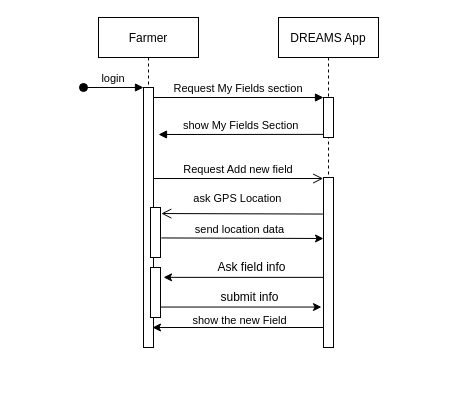
The draw.io diagram page "NewField" (3 of 3) of RasdDoc/Files/sequence_disgrams/FarmersSequenceDiagrams.drawio in gabrielemarra/DREAM-ProjectDesign, before the edit. Source tidied: cells renumbered, new cells numbered last; positions are measured from the earlier drawing's top-left corner, leaving out a move shared by most shapes. Both pictures are drawn from the tidied source at 100%, with x=0, y=0 at pixel (83, 17).
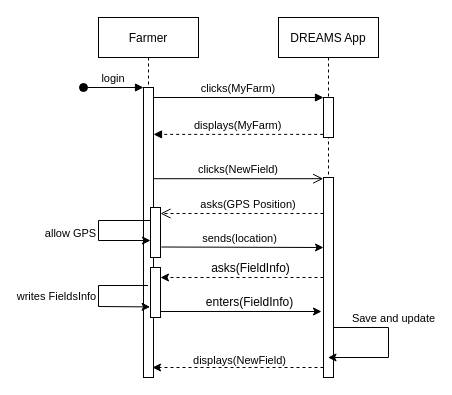
The same diagram, later.

Unchanged cells that the change refers to:
```xml
<mxCell id="5" style="points=[];perimeter=orthogonalPerimeter;rounded=0;shadow=0;strokeWidth=1;" parent="2" vertex="1">
  <mxGeometry x="52" y="190" width="10" height="50" as="geometry" />
</mxCell>
<mxCell id="6" style="points=[];perimeter=orthogonalPerimeter;rounded=0;shadow=0;strokeWidth=1;" parent="2" vertex="1">
  <mxGeometry x="52" y="250" width="10" height="50" as="geometry" />
</mxCell>
<mxCell id="8" style="points=[];perimeter=orthogonalPerimeter;rounded=0;shadow=0;strokeWidth=1;" parent="7" vertex="1">
  <mxGeometry x="45" y="80" width="10" height="40" as="geometry" />
</mxCell>
```

What changed in the source:
```diff
@@
     <mxCell id="2" value="Farmer" style="shape=umlLifeline;perimeter=lifelinePerimeter;rounded=0;shadow=0;strokeWidth=1;" parent="1" vertex="1">
-      <mxGeometry x="15" width="100" height="330" as="geometry" />
+      <mxGeometry x="15" width="100" height="360" as="geometry" />
     </mxCell>
     <mxCell id="3" style="points=[];perimeter=orthogonalPerimeter;rounded=0;shadow=0;strokeWidth=1;" parent="2" vertex="1">
-      <mxGeometry x="45" y="70" width="10" height="260" as="geometry" />
+      <mxGeometry x="45" y="70" width="10" height="290" as="geometry" />
     </mxCell>
@@
+    <mxCell id="22" style="edgeStyle=orthogonalEdgeStyle;rounded=0;orthogonalLoop=1;jettySize=auto;html=1;" parent="2" edge="1">
+      <mxGeometry relative="1" as="geometry">
+        <mxPoint x="52" y="203" as="sourcePoint" />
+        <mxPoint x="52" y="223" as="targetPoint" />
+        <Array as="points">
+          <mxPoint y="203" />
+          <mxPoint y="223" />
+        </Array>
+      </mxGeometry>
+    </mxCell>
+    <mxCell id="23" value="allow GPS " style="edgeLabel;html=1;align=center;verticalAlign=middle;" parent="22" vertex="1">
+      <mxGeometry x="-0.35" relative="1" as="geometry">
+        <mxPoint x="-41" y="12" as="offset" />
+      </mxGeometry>
+    </mxCell>
+    <mxCell id="24" style="endArrow=classic;html=1;rounded=0;exitX=-0.248;exitY=0.4;exitDx=0;exitDy=0;exitPerimeter=0;entryX=-0.041;entryY=0.828;entryDx=0;entryDy=0;entryPerimeter=0;" parent="2" edge="1">
+      <mxGeometry relative="1" as="geometry">
+        <mxPoint x="49.5" y="268" as="sourcePoint" />
+        <mxPoint x="51.6" y="289.4" as="targetPoint" />
+        <Array as="points">
+          <mxPoint y="268" />
+          <mxPoint y="289" />
+        </Array>
+      </mxGeometry>
+    </mxCell>
+    <mxCell id="25" value="writes FieldsInfo" style="edgeLabel;html=1;align=center;verticalAlign=middle;" parent="24" vertex="1">
+      <mxGeometry x="0.32" y="-1" relative="1" as="geometry">
+        <mxPoint x="-53" y="-12" as="offset" />
+      </mxGeometry>
+    </mxCell>
     <mxCell id="7" value="DREAMS App" style="shape=umlLifeline;perimeter=lifelinePerimeter;rounded=0;shadow=0;strokeWidth=1;" parent="1" vertex="1">
-      <mxGeometry x="195" width="100" height="330" as="geometry" />
+      <mxGeometry x="195" width="100" height="360" as="geometry" />
     </mxCell>
@@
     <mxCell id="9" style="points=[];perimeter=orthogonalPerimeter;rounded=0;shadow=0;strokeWidth=1;" parent="7" vertex="1">
-      <mxGeometry x="45" y="160" width="10" height="170" as="geometry" />
+      <mxGeometry x="45" y="160" width="10" height="200" as="geometry" />
     </mxCell>
+    <mxCell id="26" style="edgeStyle=orthogonalEdgeStyle;rounded=0;jettySize=auto;html=1;" parent="7" edge="1" source="9" target="7">
+      <mxGeometry relative="1" as="geometry">
+        <Array as="points">
+          <mxPoint x="110" y="310" />
+          <mxPoint x="110" y="340" />
+        </Array>
+      </mxGeometry>
+    </mxCell>
+    <mxCell id="27" value="&lt;div&gt;Save and update&lt;/div&gt;" style="edgeLabel;html=1;align=center;verticalAlign=middle;" parent="26" vertex="1">
+      <mxGeometry x="-0.54" relative="1" as="geometry">
+        <mxPoint x="26" y="-10" as="offset" />
+      </mxGeometry>
+    </mxCell>
+    <mxCell id="16" style="edgeStyle=none;rounded=0;orthogonalLoop=1;jettySize=auto;html=1;entryX=0.9;entryY=0.913;entryDx=0;entryDy=0;entryPerimeter=0;dashed=1;" parent="7" edge="1">
+      <mxGeometry relative="1" as="geometry">
+        <mxPoint x="45" y="350" as="sourcePoint" />
+        <mxPoint x="-126" y="350" as="targetPoint" />
+      </mxGeometry>
+    </mxCell>
+    <mxCell id="17" value="displays(NewField)" style="edgeLabel;html=1;align=center;verticalAlign=middle;" parent="16" vertex="1">
+      <mxGeometry x="0.06" relative="1" as="geometry">
+        <mxPoint x="6" y="-8" as="offset" />
+      </mxGeometry>
+    </mxCell>
-    <mxCell id="10" value="ask GPS Location" style="verticalAlign=bottom;endArrow=open;endSize=8;shadow=0;strokeWidth=1;entryX=1.078;entryY=0.121;entryDx=0;entryDy=0;entryPerimeter=0;exitX=-0.066;exitY=0.215;exitDx=0;exitDy=0;exitPerimeter=0;" parent="1" edge="1" source="9" target="5">
-      <mxGeometry x="0.05" y="-6" relative="1" as="geometry" />
+    <mxCell id="10" value="asks(GPS Position)" style="verticalAlign=bottom;endArrow=open;endSize=8;shadow=0;strokeWidth=1;dashed=1;" parent="1" edge="1">
+      <mxGeometry x="-0.08" relative="1" as="geometry">
+        <mxPoint x="240" y="196" as="sourcePoint" />
+        <mxPoint x="77" y="196" as="targetPoint" />
+      </mxGeometry>
     </mxCell>
-    <mxCell id="11" value="Request My Fields section" style="verticalAlign=bottom;endArrow=block;entryX=0;entryY=0;shadow=0;strokeWidth=1;" parent="1" edge="1" source="3" target="8">
+    <mxCell id="11" value="clicks(MyFarm)" style="verticalAlign=bottom;endArrow=block;entryX=0;entryY=0;shadow=0;strokeWidth=1;" parent="1" edge="1" source="3" target="8">
       <mxGeometry relative="1" as="geometry" />
     </mxCell>
-    <mxCell id="12" value="show My Fields Section" style="verticalAlign=bottom;endArrow=block;shadow=0;strokeWidth=1;exitX=-0.031;exitY=0.922;exitDx=0;exitDy=0;exitPerimeter=0;" parent="1" edge="1" source="8">
-      <mxGeometry relative="1" as="geometry">
-        <mxPoint x="75" y="117" as="targetPoint" />
-      </mxGeometry>
+    <mxCell id="12" value="displays(MyFarm)" style="verticalAlign=bottom;endArrow=block;shadow=0;strokeWidth=1;exitX=-0.031;exitY=0.922;exitDx=0;exitDy=0;exitPerimeter=0;dashed=1;" parent="1" edge="1" source="8" target="3">
+      <mxGeometry relative="1" as="geometry" />
     </mxCell>
-    <mxCell id="13" value="Request Add new field" style="verticalAlign=bottom;endArrow=open;endSize=8;shadow=0;strokeWidth=1;entryX=-0.029;entryY=0.006;entryDx=0;entryDy=0;entryPerimeter=0;" parent="1" edge="1" source="3" target="9">
+    <mxCell id="13" value="clicks(NewField)" style="verticalAlign=bottom;endArrow=open;endSize=8;shadow=0;strokeWidth=1;entryX=-0.029;entryY=0.006;entryDx=0;entryDy=0;entryPerimeter=0;" parent="1" edge="1" source="3" target="9">
       <mxGeometry relative="1" as="geometry" />
     </mxCell>
-    <mxCell id="14" style="rounded=0;jettySize=auto;html=1;exitX=1.078;exitY=0.609;exitDx=0;exitDy=0;exitPerimeter=0;" parent="1" edge="1" source="5">
+    <mxCell id="14" style="rounded=0;orthogonalLoop=1;jettySize=auto;html=1;exitX=1.078;exitY=0.609;exitDx=0;exitDy=0;exitPerimeter=0;" parent="1" edge="1">
       <mxGeometry relative="1" as="geometry">
-        <mxPoint x="240" y="221" as="targetPoint" />
+        <mxPoint x="77.8" y="229.5" as="sourcePoint" />
+        <mxPoint x="240" y="230" as="targetPoint" />
       </mxGeometry>
     </mxCell>
-    <mxCell id="15" value="send location data" style="edgeLabel;html=1;align=center;verticalAlign=middle;" parent="14" vertex="1">
+    <mxCell id="15" value="sends(location)" style="edgeLabel;html=1;align=center;verticalAlign=middle;" parent="14" vertex="1">
       <mxGeometry x="-0.21" relative="1" as="geometry">
         <mxPoint x="14" y="-9" as="offset" />
       </mxGeometry>
     </mxCell>
-    <mxCell id="16" style="edgeStyle=none;rounded=0;orthogonalLoop=1;jettySize=auto;html=1;entryX=0.9;entryY=0.913;entryDx=0;entryDy=0;entryPerimeter=0;" parent="1" edge="1">
-      <mxGeometry relative="1" as="geometry">
-        <mxPoint x="240" y="310" as="sourcePoint" />
-        <mxPoint x="69" y="310" as="targetPoint" />
-      </mxGeometry>
-    </mxCell>
-    <mxCell id="17" value="show the new Field" style="edgeLabel;html=1;align=center;verticalAlign=middle;" parent="16" vertex="1">
-      <mxGeometry x="0.06" relative="1" as="geometry">
-        <mxPoint x="6" y="-8" as="offset" />
-      </mxGeometry>
-    </mxCell>
-    <mxCell id="18" style="edgeStyle=none;rounded=0;jettySize=auto;html=1;entryX=1.303;entryY=0.197;entryDx=0;entryDy=0;entryPerimeter=0;fontSize=12;" parent="1" edge="1" source="9" target="6">
+    <mxCell id="18" style="edgeStyle=none;rounded=0;jettySize=auto;html=1;fontSize=12;dashed=1;" parent="1" edge="1" source="9" target="6">
       <mxGeometry relative="1" as="geometry" />
     </mxCell>
-    <mxCell id="19" value="&lt;div&gt;Ask field info&lt;/div&gt;" style="edgeLabel;html=1;align=center;verticalAlign=middle;fontSize=12;" parent="18" vertex="1">
+    <mxCell id="19" value="asks(FieldInfo)" style="edgeLabel;html=1;align=center;verticalAlign=middle;fontSize=12;" parent="18" vertex="1">
       <mxGeometry x="-0.09" y="-1" relative="1" as="geometry">
         <mxPoint y="-9" as="offset" />
       </mxGeometry>
     </mxCell>
-    <mxCell id="20" style="edgeStyle=none;rounded=0;jettySize=auto;html=1;entryX=-0.203;entryY=0.762;entryDx=0;entryDy=0;entryPerimeter=0;fontSize=12;" parent="1" edge="1" source="6" target="9">
-      <mxGeometry relative="1" as="geometry" />
+    <mxCell id="20" style="edgeStyle=none;rounded=0;orthogonalLoop=1;jettySize=auto;html=1;entryX=-0.203;entryY=0.7;entryDx=0;entryDy=0;entryPerimeter=0;fontSize=12;" parent="1" edge="1">
+      <mxGeometry relative="1" as="geometry">
+        <mxPoint x="77" y="294" as="sourcePoint" />
+        <mxPoint x="238" y="294" as="targetPoint" />
+      </mxGeometry>
     </mxCell>
-    <mxCell id="21" value="submit info" style="edgeLabel;html=1;align=center;verticalAlign=middle;fontSize=12;" parent="20" vertex="1">
+    <mxCell id="21" value="enters(FieldInfo)" style="edgeLabel;html=1;align=center;verticalAlign=middle;fontSize=12;" parent="20" vertex="1">
       <mxGeometry x="0.22" y="1" relative="1" as="geometry">
         <mxPoint x="-10" y="-9" as="offset" />
       </mxGeometry>
     </mxCell>
```
